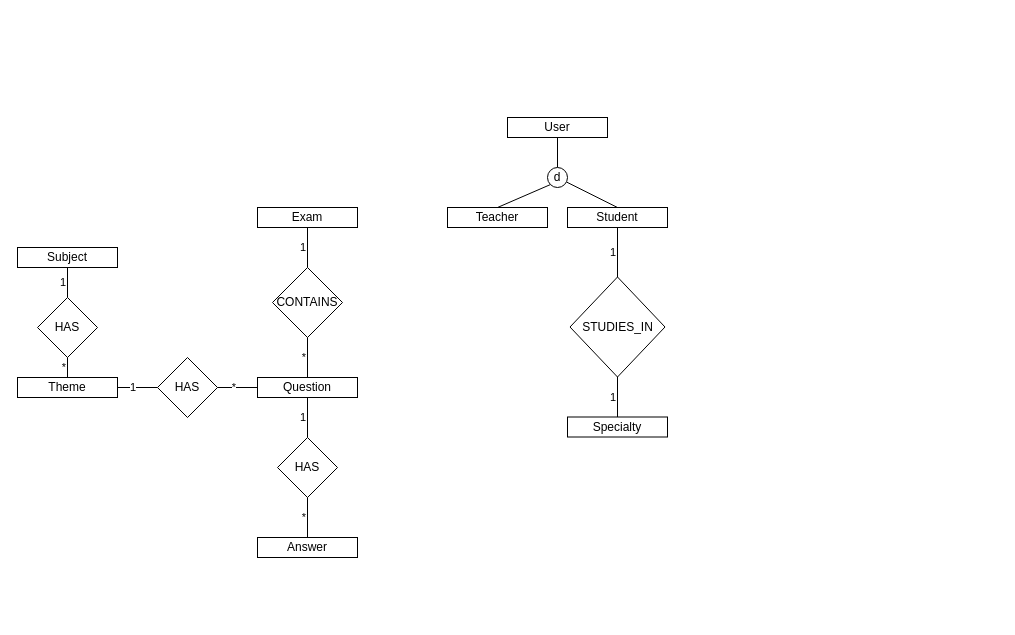
Earlier version of the draw.io diagram docs/natfa-eer-diagram.drawio (natfa/examicutor). Source tidied: cells renumbered, new cells numbered last; positions are measured from the earlier drawing's top-left corner, leaving out a move shared by most shapes. Both pictures are drawn from the tidied source at 100%, with x=0, y=0 at pixel (17, 117).
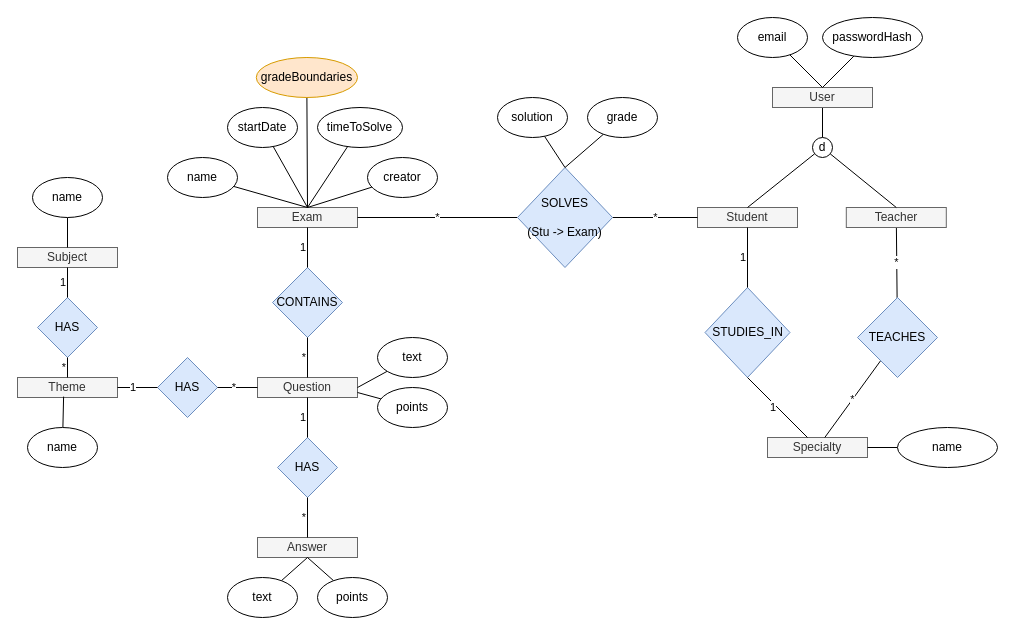
Above is the later version.

What changed in the source:
```diff
@@
-    <mxCell id="2" value="&lt;div&gt;Question&lt;/div&gt;" style="rounded=0;whiteSpace=wrap;html=1;" parent="1" vertex="1">
+    <mxCell id="2" value="&lt;div&gt;Question&lt;/div&gt;" style="rounded=0;whiteSpace=wrap;html=1;fillColor=#f5f5f5;strokeColor=#666666;fontColor=#333333;" parent="1" vertex="1">
       <mxGeometry x="240" y="260" width="100" height="20" as="geometry" />
     </mxCell>
-    <mxCell id="3" value="Answer" style="rounded=0;whiteSpace=wrap;html=1;" parent="1" vertex="1">
+    <mxCell id="3" value="Answer" style="rounded=0;whiteSpace=wrap;html=1;fillColor=#f5f5f5;strokeColor=#666666;fontColor=#333333;" parent="1" vertex="1">
       <mxGeometry x="240" y="420" width="100" height="20" as="geometry" />
     </mxCell>
-    <mxCell id="4" value="&lt;div&gt;Exam&lt;/div&gt;" style="rounded=0;whiteSpace=wrap;html=1;" parent="1" vertex="1">
+    <mxCell id="4" value="&lt;div&gt;Exam&lt;/div&gt;" style="rounded=0;whiteSpace=wrap;html=1;fillColor=#f5f5f5;strokeColor=#666666;fontColor=#333333;" parent="1" vertex="1">
       <mxGeometry x="240" y="90" width="100" height="20" as="geometry" />
     </mxCell>
-    <mxCell id="5" value="Theme" style="rounded=0;whiteSpace=wrap;html=1;" parent="1" vertex="1">
+    <mxCell id="5" value="Theme" style="rounded=0;whiteSpace=wrap;html=1;fillColor=#f5f5f5;strokeColor=#666666;fontColor=#333333;" parent="1" vertex="1">
       <mxGeometry y="260" width="100" height="20" as="geometry" />
     </mxCell>
-    <mxCell id="6" value="&lt;div&gt;Subject&lt;/div&gt;" style="rounded=0;whiteSpace=wrap;html=1;" parent="1" vertex="1">
+    <mxCell id="6" value="&lt;div&gt;Subject&lt;/div&gt;" style="rounded=0;whiteSpace=wrap;html=1;fillColor=#f5f5f5;strokeColor=#666666;fontColor=#333333;" parent="1" vertex="1">
       <mxGeometry y="130" width="100" height="20" as="geometry" />
     </mxCell>
-    <mxCell id="7" value="Specialty" style="rounded=0;whiteSpace=wrap;html=1;" parent="1" vertex="1">
-      <mxGeometry x="550" y="299.5" width="100" height="20" as="geometry" />
+    <mxCell id="7" value="Specialty" style="rounded=0;whiteSpace=wrap;html=1;fillColor=#f5f5f5;strokeColor=#666666;fontColor=#333333;" parent="1" vertex="1">
+      <mxGeometry x="750" y="320" width="100" height="20" as="geometry" />
     </mxCell>
-    <mxCell id="8" value="Student" style="rounded=0;whiteSpace=wrap;html=1;" parent="1" vertex="1">
-      <mxGeometry x="550" y="90" width="100" height="20" as="geometry" />
+    <mxCell id="8" value="Student" style="rounded=0;whiteSpace=wrap;html=1;fillColor=#f5f5f5;strokeColor=#666666;fontColor=#333333;" parent="1" vertex="1">
+      <mxGeometry x="680" y="90" width="100" height="20" as="geometry" />
     </mxCell>
+    <mxCell id="31" value="*" style="edgeStyle=none;rounded=0;jettySize=auto;html=1;endArrow=none;endFill=0;" parent="1" edge="1" source="9" target="53">
+      <mxGeometry relative="1" as="geometry" />
+    </mxCell>
-    <mxCell id="9" value="Teacher" style="rounded=0;whiteSpace=wrap;html=1;" parent="1" vertex="1">
-      <mxGeometry x="430" y="90" width="100" height="20" as="geometry" />
+    <mxCell id="9" value="Teacher" style="rounded=0;whiteSpace=wrap;html=1;fillColor=#f5f5f5;strokeColor=#666666;fontColor=#333333;" parent="1" vertex="1">
+      <mxGeometry x="828.8" y="90" width="100" height="20" as="geometry" />
     </mxCell>
-    <mxCell id="10" value="HAS" style="rhombus;whiteSpace=wrap;html=1;" parent="1" vertex="1">
+    <mxCell id="10" value="HAS" style="rhombus;whiteSpace=wrap;html=1;fillColor=#dae8fc;strokeColor=#6c8ebf;" parent="1" vertex="1">
       <mxGeometry x="260" y="320" width="60" height="60" as="geometry" />
     </mxCell>
@@
-    <mxCell id="13" value="CONTAINS" style="rhombus;whiteSpace=wrap;html=1;" parent="1" vertex="1">
+    <mxCell id="13" value="CONTAINS" style="rhombus;whiteSpace=wrap;html=1;fillColor=#dae8fc;strokeColor=#6c8ebf;" parent="1" vertex="1">
       <mxGeometry x="255" y="150" width="70" height="70" as="geometry" />
     </mxCell>
@@
-    <mxCell id="16" value="HAS" style="rhombus;whiteSpace=wrap;html=1;" parent="1" vertex="1">
+    <mxCell id="16" value="HAS" style="rhombus;whiteSpace=wrap;html=1;fillColor=#dae8fc;strokeColor=#6c8ebf;" parent="1" vertex="1">
       <mxGeometry x="20" y="180" width="60" height="60" as="geometry" />
     </mxCell>
@@
-    <mxCell id="19" value="HAS" style="rhombus;whiteSpace=wrap;html=1;" parent="1" vertex="1">
+    <mxCell id="19" value="HAS" style="rhombus;whiteSpace=wrap;html=1;fillColor=#dae8fc;strokeColor=#6c8ebf;" parent="1" vertex="1">
       <mxGeometry x="140" y="240" width="60" height="60" as="geometry" />
     </mxCell>
@@
-    <mxCell id="22" style="edgeStyle=none;rounded=0;jettySize=auto;html=1;entryX=0.5;entryY=0;entryDx=0;entryDy=0;endArrow=none;endFill=0;align=right;" parent="1" edge="1" source="23" target="30">
-      <mxGeometry relative="1" as="geometry" />
-    </mxCell>
-    <mxCell id="23" value="&lt;div&gt;User&lt;/div&gt;" style="rounded=0;whiteSpace=wrap;html=1;" parent="1" vertex="1">
-      <mxGeometry x="490" width="100" height="20" as="geometry" />
-    </mxCell>
@@
-    <mxCell id="25" value="STUDIES_IN" style="rhombus;whiteSpace=wrap;html=1;" parent="1" vertex="1">
-      <mxGeometry x="552.5" y="159.5" width="95" height="100" as="geometry" />
+    <mxCell id="25" value="STUDIES_IN" style="rhombus;whiteSpace=wrap;html=1;fillColor=#dae8fc;strokeColor=#6c8ebf;" parent="1" vertex="1">
+      <mxGeometry x="687.5" y="170" width="85" height="90" as="geometry" />
     </mxCell>
-    <mxCell id="26" value="1" style="rounded=0;jettySize=auto;html=1;endArrow=none;endFill=0;exitX=0.5;exitY=1;exitDx=0;exitDy=0;align=right;" parent="1" edge="1" source="8" target="25">
+    <mxCell id="26" value="1" style="rounded=0;jettySize=auto;html=1;endArrow=none;endFill=0;exitX=0.5;exitY=1;exitDx=0;exitDy=0;align=right;entryX=0.5;entryY=0;entryDx=0;entryDy=0;" parent="1" edge="1" source="8" target="25">
       <mxGeometry relative="1" as="geometry" />
     </mxCell>
@@
+    <mxCell id="32" style="rounded=0;jettySize=auto;html=1;entryX=0.5;entryY=0;entryDx=0;entryDy=0;endArrow=none;endFill=0;" parent="1" edge="1" source="33" target="6">
+      <mxGeometry relative="1" as="geometry" />
+    </mxCell>
+    <mxCell id="33" value="&lt;div&gt;name&lt;/div&gt;" style="ellipse;whiteSpace=wrap;html=1;" parent="1" vertex="1">
+      <mxGeometry x="15" y="60" width="70" height="40" as="geometry" />
+    </mxCell>
+    <mxCell id="34" style="edgeStyle=none;rounded=0;jettySize=auto;html=1;entryX=0.461;entryY=0.957;entryDx=0;entryDy=0;entryPerimeter=0;endArrow=none;endFill=0;" parent="1" edge="1" source="35" target="5">
+      <mxGeometry relative="1" as="geometry" />
+    </mxCell>
+    <mxCell id="35" value="&lt;div&gt;name&lt;/div&gt;" style="ellipse;whiteSpace=wrap;html=1;" parent="1" vertex="1">
+      <mxGeometry x="10" y="310" width="70" height="40" as="geometry" />
+    </mxCell>
+    <mxCell id="36" style="edgeStyle=none;rounded=0;jettySize=auto;html=1;entryX=1;entryY=0.5;entryDx=0;entryDy=0;endArrow=none;endFill=0;" parent="1" edge="1" source="37" target="2">
+      <mxGeometry relative="1" as="geometry" />
+    </mxCell>
+    <mxCell id="37" value="&lt;div&gt;text&lt;/div&gt;" style="ellipse;whiteSpace=wrap;html=1;" parent="1" vertex="1">
+      <mxGeometry x="360" y="220" width="70" height="40" as="geometry" />
+    </mxCell>
+    <mxCell id="38" style="edgeStyle=none;rounded=0;jettySize=auto;html=1;entryX=1;entryY=0.75;entryDx=0;entryDy=0;endArrow=none;endFill=0;" parent="1" edge="1" source="39" target="2">
+      <mxGeometry relative="1" as="geometry" />
+    </mxCell>
+    <mxCell id="39" value="&lt;div&gt;points&lt;/div&gt;" style="ellipse;whiteSpace=wrap;html=1;" parent="1" vertex="1">
+      <mxGeometry x="360" y="270" width="70" height="40" as="geometry" />
+    </mxCell>
+    <mxCell id="40" style="rounded=0;jettySize=auto;html=1;entryX=0.5;entryY=0;entryDx=0;entryDy=0;endArrow=none;endFill=0;" parent="1" edge="1" source="41" target="4">
+      <mxGeometry relative="1" as="geometry" />
+    </mxCell>
+    <mxCell id="41" value="name" style="ellipse;whiteSpace=wrap;html=1;" parent="1" vertex="1">
+      <mxGeometry x="150" y="40" width="70" height="40" as="geometry" />
+    </mxCell>
+    <mxCell id="42" style="edgeStyle=none;rounded=0;jettySize=auto;html=1;entryX=0.5;entryY=1;entryDx=0;entryDy=0;endArrow=none;endFill=0;" parent="1" edge="1" source="43" target="3">
+      <mxGeometry relative="1" as="geometry" />
+    </mxCell>
+    <mxCell id="43" value="text" style="ellipse;whiteSpace=wrap;html=1;" parent="1" vertex="1">
+      <mxGeometry x="210" y="460" width="70" height="40" as="geometry" />
+    </mxCell>
+    <mxCell id="44" style="edgeStyle=none;rounded=0;jettySize=auto;html=1;entryX=0.5;entryY=1;entryDx=0;entryDy=0;endArrow=none;endFill=0;" parent="1" edge="1" source="45" target="3">
+      <mxGeometry relative="1" as="geometry" />
+    </mxCell>
+    <mxCell id="45" value="points" style="ellipse;whiteSpace=wrap;html=1;" parent="1" vertex="1">
+      <mxGeometry x="300" y="460" width="70" height="40" as="geometry" />
+    </mxCell>
+    <mxCell id="46" style="edgeStyle=none;rounded=0;jettySize=auto;html=1;endArrow=none;endFill=0;" parent="1" edge="1" source="47">
+      <mxGeometry relative="1" as="geometry">
+        <mxPoint x="290" y="90" as="targetPoint" />
+      </mxGeometry>
+    </mxCell>
+    <mxCell id="47" value="startDate" style="ellipse;whiteSpace=wrap;html=1;" parent="1" vertex="1">
+      <mxGeometry x="210" y="-10" width="70" height="40" as="geometry" />
+    </mxCell>
+    <mxCell id="48" style="edgeStyle=none;rounded=0;jettySize=auto;html=1;entryX=0.5;entryY=0;entryDx=0;entryDy=0;endArrow=none;endFill=0;" parent="1" edge="1" source="49" target="4">
+      <mxGeometry relative="1" as="geometry" />
+    </mxCell>
+    <mxCell id="49" value="timeToSolve" style="ellipse;whiteSpace=wrap;html=1;" parent="1" vertex="1">
+      <mxGeometry x="300" y="-10" width="85" height="40" as="geometry" />
+    </mxCell>
+    <mxCell id="50" style="edgeStyle=none;rounded=0;jettySize=auto;html=1;entryX=0.5;entryY=0;entryDx=0;entryDy=0;endArrow=none;endFill=0;" parent="1" edge="1" source="51" target="4">
+      <mxGeometry relative="1" as="geometry" />
+    </mxCell>
+    <mxCell id="51" value="creator" style="ellipse;whiteSpace=wrap;html=1;" parent="1" vertex="1">
+      <mxGeometry x="350" y="40" width="70" height="40" as="geometry" />
+    </mxCell>
+    <mxCell id="52" value="*" style="edgeStyle=none;rounded=0;jettySize=auto;html=1;endArrow=none;endFill=0;" parent="1" edge="1" source="53" target="7">
+      <mxGeometry relative="1" as="geometry" />
+    </mxCell>
+    <mxCell id="53" value="TEACHES" style="rhombus;whiteSpace=wrap;html=1;fillColor=#dae8fc;strokeColor=#6c8ebf;" parent="1" vertex="1">
+      <mxGeometry x="840" y="180" width="80" height="80" as="geometry" />
+    </mxCell>
+    <mxCell id="54" style="edgeStyle=none;rounded=0;jettySize=auto;html=1;entryX=1;entryY=0.5;entryDx=0;entryDy=0;endArrow=none;endFill=0;" parent="1" edge="1" source="55" target="7">
+      <mxGeometry relative="1" as="geometry" />
+    </mxCell>
+    <mxCell id="55" value="name" style="ellipse;whiteSpace=wrap;html=1;" parent="1" vertex="1">
+      <mxGeometry x="880" y="310" width="100" height="40" as="geometry" />
+    </mxCell>
+    <mxCell id="56" style="edgeStyle=none;rounded=0;jettySize=auto;html=1;endArrow=none;endFill=0;" parent="1" edge="1" source="57">
+      <mxGeometry relative="1" as="geometry">
+        <mxPoint x="290" y="90" as="targetPoint" />
+      </mxGeometry>
+    </mxCell>
+    <mxCell id="57" value="gradeBoundaries" style="ellipse;whiteSpace=wrap;html=1;fillColor=#ffe6cc;strokeColor=#d79b00;" parent="1" vertex="1">
+      <mxGeometry x="238.8" y="-60" width="101.2" height="40" as="geometry" />
+    </mxCell>
+    <mxCell id="58" value="*" style="edgeStyle=none;rounded=0;jettySize=auto;html=1;entryX=0;entryY=0.5;entryDx=0;entryDy=0;endArrow=none;endFill=0;" parent="1" edge="1" source="60" target="8">
+      <mxGeometry relative="1" as="geometry" />
+    </mxCell>
+    <mxCell id="59" value="*" style="edgeStyle=none;rounded=0;jettySize=auto;html=1;entryX=1;entryY=0.5;entryDx=0;entryDy=0;endArrow=none;endFill=0;" parent="1" edge="1" source="60" target="4">
+      <mxGeometry relative="1" as="geometry" />
+    </mxCell>
+    <mxCell id="60" value="&lt;div&gt;SOLVES&lt;/div&gt;&lt;div&gt;&lt;br&gt;&lt;/div&gt;&lt;div&gt;(Stu -&amp;gt; Exam)&lt;br&gt;&lt;/div&gt;" style="rhombus;whiteSpace=wrap;html=1;fillColor=#dae8fc;strokeColor=#6c8ebf;" parent="1" vertex="1">
+      <mxGeometry x="500" y="50" width="95" height="100" as="geometry" />
+    </mxCell>
+    <mxCell id="61" style="edgeStyle=none;rounded=0;jettySize=auto;html=1;entryX=0.5;entryY=0;entryDx=0;entryDy=0;endArrow=none;endFill=0;" parent="1" edge="1" source="62" target="60">
+      <mxGeometry relative="1" as="geometry" />
+    </mxCell>
+    <mxCell id="62" value="solution" style="ellipse;whiteSpace=wrap;html=1;" parent="1" vertex="1">
+      <mxGeometry x="480" y="-20" width="70" height="40" as="geometry" />
+    </mxCell>
+    <mxCell id="63" style="edgeStyle=none;rounded=0;jettySize=auto;html=1;entryX=0.5;entryY=0;entryDx=0;entryDy=0;endArrow=none;endFill=0;" parent="1" edge="1" source="64" target="60">
+      <mxGeometry relative="1" as="geometry" />
+    </mxCell>
+    <mxCell id="64" value="grade" style="ellipse;whiteSpace=wrap;html=1;" parent="1" vertex="1">
+      <mxGeometry x="570" y="-20" width="70" height="40" as="geometry" />
+    </mxCell>
+    <mxCell id="22" style="edgeStyle=none;rounded=0;jettySize=auto;html=1;entryX=0.5;entryY=0;entryDx=0;entryDy=0;endArrow=none;endFill=0;" parent="1" edge="1" source="23" target="30">
+      <mxGeometry relative="1" as="geometry" />
+    </mxCell>
+    <mxCell id="23" value="&lt;div&gt;User&lt;/div&gt;" style="rounded=0;whiteSpace=wrap;html=1;fillColor=#f5f5f5;strokeColor=#666666;fontColor=#333333;" parent="1" vertex="1">
+      <mxGeometry x="755" y="-30" width="100" height="20" as="geometry" />
+    </mxCell>
+    <mxCell id="65" style="rounded=0;jettySize=auto;html=1;entryX=0.5;entryY=0;entryDx=0;entryDy=0;endArrow=none;endFill=0;" parent="1" edge="1" source="66" target="23">
+      <mxGeometry relative="1" as="geometry" />
+    </mxCell>
+    <mxCell id="66" value="email" style="ellipse;whiteSpace=wrap;html=1;" parent="1" vertex="1">
+      <mxGeometry x="720" y="-100" width="70" height="40" as="geometry" />
+    </mxCell>
+    <mxCell id="67" style="rounded=0;jettySize=auto;html=1;entryX=0.5;entryY=0;entryDx=0;entryDy=0;endArrow=none;endFill=0;" parent="1" edge="1" source="68" target="23">
+      <mxGeometry relative="1" as="geometry" />
+    </mxCell>
+    <mxCell id="68" value="passwordHash" style="ellipse;whiteSpace=wrap;html=1;" parent="1" vertex="1">
+      <mxGeometry x="805" y="-100" width="100" height="40" as="geometry" />
+    </mxCell>
+    <mxCell id="29" style="edgeStyle=none;rounded=0;jettySize=auto;html=1;entryX=0.5;entryY=0;entryDx=0;entryDy=0;endArrow=none;endFill=0;" parent="1" edge="1" source="30" target="8">
+      <mxGeometry relative="1" as="geometry" />
+    </mxCell>
-    <mxCell id="28" style="edgeStyle=none;rounded=0;jettySize=auto;html=1;exitX=0;exitY=1;exitDx=0;exitDy=0;entryX=0.5;entryY=0;entryDx=0;entryDy=0;endArrow=none;endFill=0;align=right;" parent="1" edge="1" source="30" target="9">
+    <mxCell id="28" style="edgeStyle=none;rounded=0;jettySize=auto;html=1;entryX=0.5;entryY=0;entryDx=0;entryDy=0;endArrow=none;endFill=0;" parent="1" edge="1" source="30" target="9">
       <mxGeometry relative="1" as="geometry" />
     </mxCell>
-    <mxCell id="29" style="edgeStyle=none;rounded=0;jettySize=auto;html=1;entryX=0.5;entryY=0;entryDx=0;entryDy=0;endArrow=none;endFill=0;align=right;" parent="1" edge="1" source="30" target="8">
-      <mxGeometry relative="1" as="geometry" />
-    </mxCell>
     <mxCell id="30" value="d" style="ellipse;whiteSpace=wrap;html=1;" parent="1" vertex="1">
-      <mxGeometry x="530" y="50" width="20" height="20" as="geometry" />
+      <mxGeometry x="795" y="20" width="20" height="20" as="geometry" />
     </mxCell>
```
